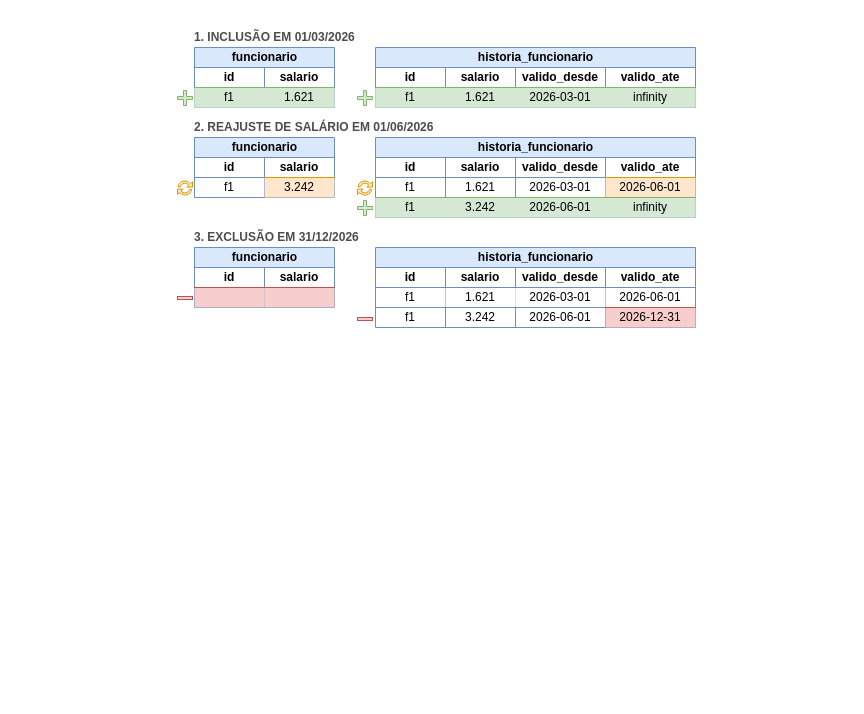
The draw.io diagram diagrams/versionamento_externo.drawio in mjmdl/data-versioning-comparison, before the edit. Source tidied: cells renumbered, new cells numbered last; positions are measured from the earlier drawing's top-left corner, leaving out a move shared by most shapes. Both pictures are drawn from the tidied source at 100%, with x=0, y=0 at pixel (17, 17).
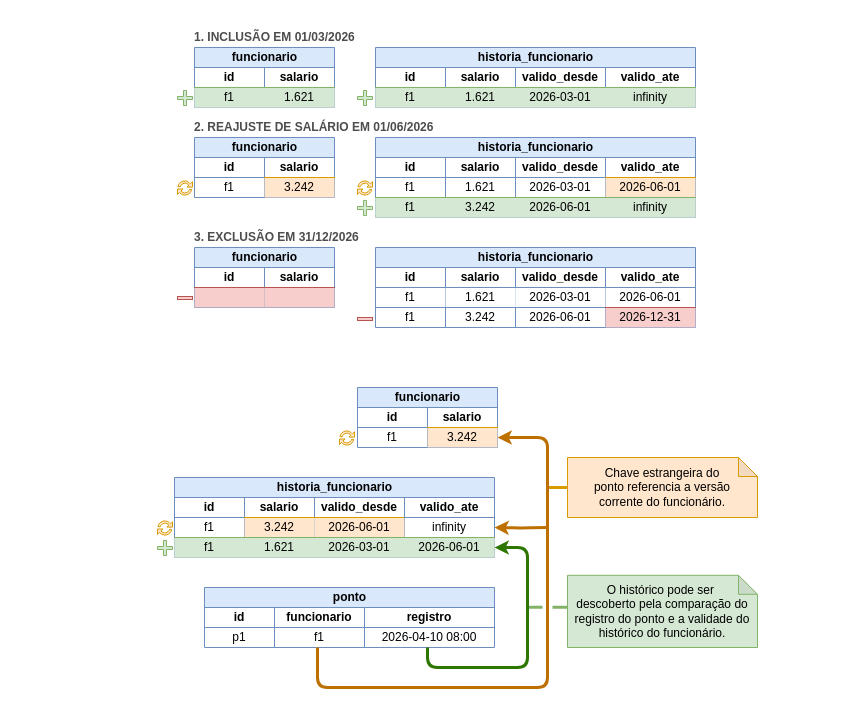
Above is the later version.

Commit message (it also covers changes not shown here):
Add external versioning figures.

Diff of the diagram source:
```diff
@@
+    <mxCell id="77" style="swimlane;whiteSpace=wrap;html=1;startSize=0;fillColor=none;strokeColor=none;" parent="1" vertex="1">
+      <mxGeometry y="360" width="830" height="320" as="geometry" />
+    </mxCell>
+    <mxCell id="78" style="endArrow=none;html=1;rounded=0;strokeWidth=3;jumpStyle=gap;fillColor=#ffe6cc;strokeColor=#d79b00;" parent="77" edge="1" source="107">
+      <mxGeometry relative="1" as="geometry">
+        <mxPoint x="530" y="110" as="targetPoint" />
+      </mxGeometry>
+    </mxCell>
+    <mxCell id="79" value="historia_funcionario" style="shape=table;startSize=20;childLayout=tableLayout;rowLines=0;fontStyle=1;align=center;html=1;strokeWidth=1;perimeterSpacing=1;swimlaneLine=1;rounded=0;fillColor=#dae8fc;strokeColor=#6c8ebf;shadow=0;" parent="77" vertex="1">
+      <mxGeometry x="157" y="100" width="320" height="80" as="geometry" />
+    </mxCell>
+    <mxCell id="80" style="shape=tableRow;horizontal=0;startSize=0;swimlaneHead=0;swimlaneBody=0;top=0;left=0;right=0;bottom=0;fillColor=none;shadow=0;strokeColor=inherit;swimlaneFillColor=none;swimlaneLine=1;" parent="79" vertex="1">
+      <mxGeometry y="20" width="320" height="20" as="geometry" />
+    </mxCell>
+    <mxCell id="81" value="id" style="shape=partialRectangle;top=1;left=0;bottom=0;right=0;overflow=hidden;whiteSpace=wrap;html=1;fillColor=inherit;fontStyle=1;align=center;spacingLeft=4;spacing=0;spacingRight=4;shadow=0;strokeWidth=1;perimeterSpacing=0;strokeColor=#6c8ebf;" parent="80" vertex="1">
+      <mxGeometry width="70" height="20" as="geometry" />
+    </mxCell>
+    <mxCell id="82" value="salario" style="shape=partialRectangle;top=1;left=0;bottom=0;right=0;overflow=hidden;whiteSpace=wrap;html=1;fillColor=inherit;fontStyle=1;align=center;spacingLeft=4;spacing=0;spacingRight=4;shadow=0;strokeWidth=1;perimeterSpacing=0;strokeColor=#6c8ebf;" parent="80" vertex="1">
+      <mxGeometry x="70" width="70" height="20" as="geometry" />
+    </mxCell>
+    <mxCell id="83" value="valido_desde" style="shape=partialRectangle;top=1;left=0;bottom=0;right=0;overflow=hidden;whiteSpace=wrap;html=1;fillColor=inherit;fontStyle=1;align=center;spacingLeft=4;spacing=0;spacingRight=4;shadow=0;strokeWidth=1;perimeterSpacing=0;strokeColor=#6c8ebf;" parent="80" vertex="1">
+      <mxGeometry x="140" width="90" height="20" as="geometry" />
+    </mxCell>
+    <mxCell id="84" value="valido_ate" style="shape=partialRectangle;top=1;left=0;bottom=0;right=0;overflow=hidden;whiteSpace=wrap;html=1;fillColor=inherit;fontStyle=1;align=center;spacingLeft=4;spacing=0;spacingRight=4;shadow=0;strokeWidth=1;perimeterSpacing=0;strokeColor=#6c8ebf;" parent="80" vertex="1">
+      <mxGeometry x="230" width="90" height="20" as="geometry" />
+    </mxCell>
+    <mxCell id="85" style="shape=tableRow;horizontal=0;startSize=0;swimlaneHead=0;swimlaneBody=0;points=[[0,0.5],[1,0.5]];portConstraint=eastwest;top=0;left=0;right=0;bottom=0;fillColor=none;shadow=0;" parent="79" vertex="1">
+      <mxGeometry y="40" width="320" height="20" as="geometry" />
+    </mxCell>
+    <mxCell id="86" value="f1" style="shape=partialRectangle;top=1;left=0;bottom=0;right=0;overflow=hidden;whiteSpace=wrap;html=1;fillColor=inherit;fontStyle=0;align=center;spacingLeft=4;spacing=0;spacingRight=4;shadow=0;strokeColor=#6c8ebf;" parent="85" vertex="1">
+      <mxGeometry width="70" height="20" as="geometry" />
+    </mxCell>
+    <mxCell id="87" value="3.242" style="shape=partialRectangle;top=1;left=0;bottom=0;right=0;overflow=hidden;whiteSpace=wrap;html=1;fillColor=#ffe6cc;fontStyle=0;align=center;spacingLeft=4;spacing=0;spacingRight=4;shadow=0;strokeColor=#d79b00;" parent="85" vertex="1">
+      <mxGeometry x="70" width="70" height="20" as="geometry" />
+    </mxCell>
+    <mxCell id="88" value="2026-06-01" style="shape=partialRectangle;top=1;left=0;bottom=0;right=0;overflow=hidden;whiteSpace=wrap;html=1;fillColor=#ffe6cc;fontStyle=0;align=center;spacingLeft=4;spacing=0;spacingRight=4;shadow=0;strokeColor=#d79b00;" parent="85" vertex="1">
+      <mxGeometry x="140" width="90" height="20" as="geometry" />
+    </mxCell>
+    <mxCell id="89" value="infinity" style="shape=partialRectangle;top=1;left=0;bottom=0;right=0;overflow=hidden;whiteSpace=wrap;html=1;fillColor=inherit;fontStyle=0;align=center;spacingLeft=4;spacing=0;spacingRight=4;shadow=0;strokeColor=#6c8ebf;" parent="85" vertex="1">
+      <mxGeometry x="230" width="90" height="20" as="geometry" />
+    </mxCell>
+    <mxCell id="90" style="shape=tableRow;horizontal=0;startSize=0;swimlaneHead=0;swimlaneBody=0;points=[[0,0.5],[1,0.5]];portConstraint=eastwest;top=0;left=0;right=0;bottom=0;fillColor=#d5e8d4;shadow=0;strokeColor=#82B366;" parent="79" vertex="1">
+      <mxGeometry y="60" width="320" height="20" as="geometry" />
+    </mxCell>
+    <mxCell id="91" value="f1" style="shape=partialRectangle;top=1;left=0;bottom=0;right=0;overflow=hidden;whiteSpace=wrap;html=1;fillColor=#d5e8d4;fontStyle=0;align=center;spacingLeft=4;spacing=0;spacingRight=4;shadow=0;strokeColor=#82b366;" parent="90" vertex="1">
+      <mxGeometry width="70" height="20" as="geometry" />
+    </mxCell>
+    <mxCell id="92" value="1.621" style="shape=partialRectangle;top=1;left=0;bottom=0;right=0;overflow=hidden;whiteSpace=wrap;html=1;fillColor=#d5e8d4;fontStyle=0;align=center;spacingLeft=4;spacing=0;spacingRight=4;shadow=0;strokeColor=#82b366;" parent="90" vertex="1">
+      <mxGeometry x="70" width="70" height="20" as="geometry" />
+    </mxCell>
+    <mxCell id="93" value="2026-03-01" style="shape=partialRectangle;top=1;left=0;bottom=0;right=0;overflow=hidden;whiteSpace=wrap;html=1;fillColor=#d5e8d4;fontStyle=0;align=center;spacingLeft=4;spacing=0;spacingRight=4;shadow=0;strokeColor=#82b366;" parent="90" vertex="1">
+      <mxGeometry x="140" width="90" height="20" as="geometry" />
+    </mxCell>
+    <mxCell id="94" value="2026-06-01" style="shape=partialRectangle;top=1;left=0;bottom=0;right=0;overflow=hidden;whiteSpace=wrap;html=1;fillColor=#d5e8d4;fontStyle=0;align=center;spacingLeft=4;spacing=0;spacingRight=4;shadow=0;strokeColor=#82b366;" parent="90" vertex="1">
+      <mxGeometry x="230" width="90" height="20" as="geometry" />
+    </mxCell>
+    <mxCell id="95" style="sketch=0;shadow=0;dashed=0;html=1;strokeColor=#d79b00;labelPosition=center;verticalLabelPosition=bottom;verticalAlign=top;align=center;fillColor=#ffe6cc;shape=mxgraph.mscae.intune.update;" parent="77" vertex="1">
+      <mxGeometry x="140" y="143" width="15" height="15" as="geometry" />
+    </mxCell>
+    <mxCell id="96" style="shape=cross;whiteSpace=wrap;html=1;fillColor=#d5e8d4;strokeColor=#82b366;" parent="77" vertex="1">
+      <mxGeometry x="140" y="163" width="15" height="15" as="geometry" />
+    </mxCell>
+    <mxCell id="97" value="ponto" style="shape=table;startSize=20;childLayout=tableLayout;rowLines=0;fontStyle=1;align=center;html=1;strokeWidth=1;perimeterSpacing=1;swimlaneLine=1;rounded=0;fillColor=#dae8fc;strokeColor=#6c8ebf;shadow=0;" parent="77" vertex="1">
+      <mxGeometry x="187" y="210" width="290" height="60" as="geometry" />
+    </mxCell>
+    <mxCell id="98" style="shape=tableRow;horizontal=0;startSize=0;swimlaneHead=0;swimlaneBody=0;top=0;left=0;right=0;bottom=0;fillColor=none;shadow=0;strokeColor=inherit;swimlaneFillColor=none;swimlaneLine=1;" parent="97" vertex="1">
+      <mxGeometry y="20" width="290" height="20" as="geometry" />
+    </mxCell>
+    <mxCell id="99" value="id" style="shape=partialRectangle;top=1;left=0;bottom=0;right=0;overflow=hidden;whiteSpace=wrap;html=1;fillColor=inherit;fontStyle=1;align=center;spacingLeft=4;spacing=0;spacingRight=4;shadow=0;strokeWidth=1;perimeterSpacing=0;strokeColor=#6c8ebf;" parent="98" vertex="1">
+      <mxGeometry width="70" height="20" as="geometry" />
+    </mxCell>
+    <mxCell id="100" value="funcionario" style="shape=partialRectangle;top=1;left=0;bottom=0;right=0;overflow=hidden;whiteSpace=wrap;html=1;fillColor=inherit;fontStyle=1;align=center;spacingLeft=4;spacing=0;spacingRight=4;shadow=0;strokeWidth=1;perimeterSpacing=0;strokeColor=#6c8ebf;" parent="98" vertex="1">
+      <mxGeometry x="70" width="90" height="20" as="geometry" />
+    </mxCell>
+    <mxCell id="101" value="registro" style="shape=partialRectangle;top=1;left=0;bottom=0;right=0;overflow=hidden;whiteSpace=wrap;html=1;fillColor=inherit;fontStyle=1;align=center;spacingLeft=4;spacing=0;spacingRight=4;shadow=0;strokeWidth=1;perimeterSpacing=0;strokeColor=#6c8ebf;" parent="98" vertex="1">
+      <mxGeometry x="160" width="130" height="20" as="geometry" />
+    </mxCell>
+    <mxCell id="102" style="shape=tableRow;horizontal=0;startSize=0;swimlaneHead=0;swimlaneBody=0;points=[[0,0.5],[1,0.5]];portConstraint=eastwest;top=0;left=0;right=0;bottom=0;fillColor=none;shadow=0;" parent="97" vertex="1">
+      <mxGeometry y="40" width="290" height="20" as="geometry" />
+    </mxCell>
+    <mxCell id="103" value="p1" style="shape=partialRectangle;top=1;left=0;bottom=0;right=0;overflow=hidden;whiteSpace=wrap;html=1;fillColor=inherit;fontStyle=0;align=center;spacingLeft=4;spacing=0;spacingRight=4;shadow=0;strokeColor=#6c8ebf;" parent="102" vertex="1">
+      <mxGeometry width="70" height="20" as="geometry" />
+    </mxCell>
+    <mxCell id="104" value="f1" style="shape=partialRectangle;top=1;left=0;bottom=0;right=0;overflow=hidden;whiteSpace=wrap;html=1;fillColor=inherit;fontStyle=0;align=center;spacingLeft=4;spacing=0;spacingRight=4;shadow=0;strokeColor=#6c8ebf;" parent="102" vertex="1">
+      <mxGeometry x="70" width="90" height="20" as="geometry" />
+    </mxCell>
+    <mxCell id="105" value="2026-04-10 08:00" style="shape=partialRectangle;top=1;left=0;bottom=0;right=0;overflow=hidden;whiteSpace=wrap;html=1;fillColor=inherit;fontStyle=0;align=center;spacingLeft=4;spacing=0;spacingRight=4;shadow=0;strokeColor=#6c8ebf;" parent="102" vertex="1">
+      <mxGeometry x="160" width="130" height="20" as="geometry" />
+    </mxCell>
+    <mxCell id="106" style="edgeStyle=orthogonalEdgeStyle;rounded=1;jettySize=auto;html=1;startSize=5;endSize=5;fillColor=#f0a30a;strokeColor=#BD7000;jumpStyle=none;strokeWidth=3;curved=0;" parent="77" edge="1" source="102" target="115">
+      <mxGeometry relative="1" as="geometry">
+        <Array as="points">
+          <mxPoint x="300" y="310" />
+          <mxPoint x="530" y="310" />
+          <mxPoint x="530" y="60" />
+        </Array>
+      </mxGeometry>
+    </mxCell>
+    <mxCell id="107" value="&lt;span style=&quot;text-align: left;&quot;&gt;Chave estrangeira do ponto&amp;nbsp;&lt;/span&gt;&lt;span style=&quot;text-align: left; background-color: transparent; color: light-dark(rgb(0, 0, 0), rgb(255, 255, 255));&quot;&gt;referencia a versão corrente do funcionário.&lt;/span&gt;" style="shape=note;whiteSpace=wrap;html=1;backgroundOutline=1;darkOpacity=0.05;spacingLeft=4;spacingRight=4;fillColor=#ffe6cc;strokeColor=#d79b00;size=19;" parent="77" vertex="1">
+      <mxGeometry x="550" y="80" width="190" height="60" as="geometry" />
+    </mxCell>
+    <mxCell id="108" value="&lt;span style=&quot;text-align: left;&quot;&gt;O histórico pode ser&amp;nbsp;&lt;/span&gt;&lt;div&gt;&lt;span style=&quot;background-color: transparent; color: light-dark(rgb(0, 0, 0), rgb(255, 255, 255)); text-align: left;&quot;&gt;descoberto pela comparação&amp;nbsp;&lt;/span&gt;&lt;span style=&quot;background-color: transparent; color: light-dark(rgb(0, 0, 0), rgb(255, 255, 255)); text-align: left;&quot;&gt;do registro do ponto e&amp;nbsp;&lt;/span&gt;&lt;span style=&quot;background-color: transparent; color: light-dark(rgb(0, 0, 0), rgb(255, 255, 255)); text-align: left;&quot;&gt;a&amp;nbsp;&lt;/span&gt;&lt;span style=&quot;background-color: transparent; color: light-dark(rgb(0, 0, 0), rgb(255, 255, 255)); text-align: left;&quot;&gt;validade do histórico do funcionário.&lt;/span&gt;&lt;/div&gt;" style="shape=note;whiteSpace=wrap;html=1;backgroundOutline=1;darkOpacity=0.05;spacingLeft=4;spacingRight=4;fillColor=#d5e8d4;strokeColor=#82b366;size=19;" parent="77" vertex="1">
+      <mxGeometry x="550" y="197.8" width="190" height="72.2" as="geometry" />
+    </mxCell>
+    <mxCell id="109" style="endArrow=none;html=1;rounded=0;entryX=0;entryY=0.443;entryDx=0;entryDy=0;entryPerimeter=0;fillColor=#d5e8d4;strokeColor=#82b366;strokeWidth=3;jumpStyle=gap;edgeStyle=orthogonalEdgeStyle;" parent="77" edge="1" target="108">
+      <mxGeometry relative="1" as="geometry">
+        <mxPoint x="510" y="260" as="sourcePoint" />
+        <Array as="points">
+          <mxPoint x="510" y="230" />
+        </Array>
+      </mxGeometry>
+    </mxCell>
+    <mxCell id="110" style="edgeStyle=orthogonalEdgeStyle;rounded=1;jettySize=auto;html=1;startSize=5;endSize=5;fillColor=#60a917;strokeColor=#2D7600;jumpStyle=none;strokeWidth=3;flowAnimation=0;curved=0;" parent="77" edge="1" source="102" target="90">
+      <mxGeometry relative="1" as="geometry">
+        <Array as="points">
+          <mxPoint x="410" y="290" />
+          <mxPoint x="510" y="290" />
+          <mxPoint x="510" y="170" />
+        </Array>
+      </mxGeometry>
+    </mxCell>
+    <mxCell id="111" value="funcionario" style="shape=table;startSize=20;childLayout=tableLayout;rowLines=0;fontStyle=1;align=center;html=1;strokeWidth=1;perimeterSpacing=1;swimlaneLine=1;rounded=0;fillColor=#dae8fc;strokeColor=#6c8ebf;shadow=0;" parent="77" vertex="1">
+      <mxGeometry x="340" y="10" width="140" height="60" as="geometry" />
+    </mxCell>
+    <mxCell id="112" style="shape=tableRow;horizontal=0;startSize=0;swimlaneHead=0;swimlaneBody=0;top=0;left=0;right=0;bottom=0;fillColor=none;shadow=0;strokeColor=inherit;swimlaneFillColor=none;swimlaneLine=1;" parent="111" vertex="1">
+      <mxGeometry y="20" width="140" height="20" as="geometry" />
+    </mxCell>
+    <mxCell id="113" value="id" style="shape=partialRectangle;top=1;left=0;bottom=0;right=0;overflow=hidden;whiteSpace=wrap;html=1;fillColor=inherit;fontStyle=1;align=center;spacingLeft=4;spacing=0;spacingRight=4;shadow=0;strokeWidth=1;perimeterSpacing=0;strokeColor=#6c8ebf;" parent="112" vertex="1">
+      <mxGeometry width="70" height="20" as="geometry" />
+    </mxCell>
+    <mxCell id="114" value="salario" style="shape=partialRectangle;top=1;left=0;bottom=0;right=0;overflow=hidden;whiteSpace=wrap;html=1;fillColor=inherit;fontStyle=1;align=center;spacingLeft=4;spacing=0;spacingRight=4;shadow=0;strokeWidth=1;perimeterSpacing=0;strokeColor=#6c8ebf;" parent="112" vertex="1">
+      <mxGeometry x="70" width="70" height="20" as="geometry" />
+    </mxCell>
+    <mxCell id="115" style="shape=tableRow;horizontal=0;startSize=0;swimlaneHead=0;swimlaneBody=0;points=[[0,0.5],[1,0.5]];portConstraint=eastwest;top=0;left=0;right=0;bottom=0;fillColor=none;shadow=0;" parent="111" vertex="1">
+      <mxGeometry y="40" width="140" height="20" as="geometry" />
+    </mxCell>
+    <mxCell id="116" value="f1" style="shape=partialRectangle;top=1;left=0;bottom=0;right=0;overflow=hidden;whiteSpace=wrap;html=1;fillColor=inherit;fontStyle=0;align=center;spacingLeft=4;spacing=0;spacingRight=4;shadow=0;strokeColor=#6c8ebf;" parent="115" vertex="1">
+      <mxGeometry width="70" height="20" as="geometry" />
+    </mxCell>
+    <mxCell id="117" value="3.242" style="shape=partialRectangle;top=1;left=0;bottom=0;right=0;overflow=hidden;whiteSpace=wrap;html=1;fillColor=#ffe6cc;fontStyle=0;align=center;spacingLeft=4;spacing=0;spacingRight=4;shadow=0;strokeColor=#d79b00;" parent="115" vertex="1">
+      <mxGeometry x="70" width="70" height="20" as="geometry" />
+    </mxCell>
+    <mxCell id="118" style="sketch=0;shadow=0;dashed=0;html=1;strokeColor=#d79b00;labelPosition=center;verticalLabelPosition=bottom;verticalAlign=top;align=center;fillColor=#ffe6cc;shape=mxgraph.mscae.intune.update;" parent="77" vertex="1">
+      <mxGeometry x="322" y="53" width="15" height="15" as="geometry" />
+    </mxCell>
+    <mxCell id="119" style="edgeStyle=orthogonalEdgeStyle;rounded=1;jettySize=auto;html=1;startSize=5;endSize=5;fillColor=#f0a30a;strokeColor=#BD7000;jumpStyle=none;strokeWidth=3;curved=0;" parent="77" edge="1" target="85">
+      <mxGeometry relative="1" as="geometry">
+        <mxPoint x="530" y="150" as="sourcePoint" />
+      </mxGeometry>
+    </mxCell>
```
